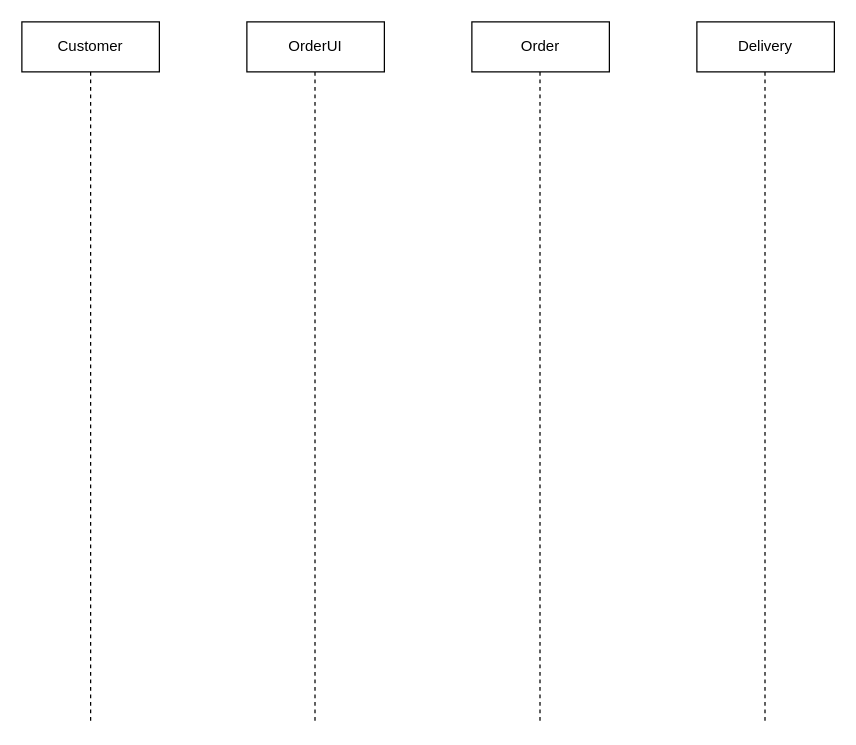
hyun10144/Lecture3-1 keeps this draw.io diagram as 시퀀스다이어그램.drawio. Above is the earlier version. Source tidied: cells renumbered, new cells numbered last; positions are measured from the earlier drawing's top-left corner, leaving out a move shared by most shapes. Both pictures are drawn from the tidied source at 125%, with x=0, y=0 at pixel (21, 21).
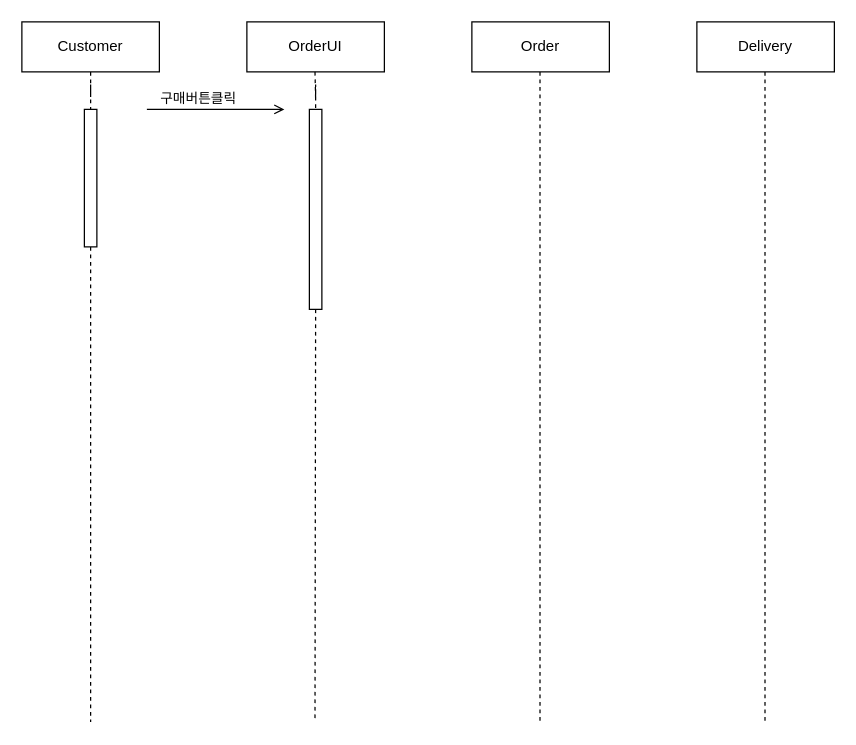
After the change.

Commit message (it also covers changes not shown here):
시퀀스다이어그램.drawio 업데이트

The change refers to these unchanged cells:
```xml
<mxCell id="3" value="Customer" style="rounded=0;whiteSpace=wrap;html=1;" parent="1" vertex="1">
  <mxGeometry width="110" height="40" as="geometry" />
</mxCell>
```

Change to the diagram source:
```diff
@@
-    <mxCell id="2" style="edgeStyle=orthogonalEdgeStyle;rounded=0;jettySize=auto;html=1;exitX=0.5;exitY=1;exitDx=0;exitDy=0;endArrow=none;endFill=0;dashed=1;" parent="1" edge="1" source="3">
+    <mxCell id="2" style="edgeStyle=orthogonalEdgeStyle;rounded=0;jettySize=auto;html=1;exitX=0.5;exitY=1;exitDx=0;exitDy=0;endArrow=none;endFill=0;dashed=1;" parent="1" edge="1" source="13">
       <mxGeometry relative="1" as="geometry">
         <mxPoint x="55" y="560" as="targetPoint" />
       </mxGeometry>
     </mxCell>
@@
-    <mxCell id="7" style="edgeStyle=orthogonalEdgeStyle;rounded=0;orthogonalLoop=1;jettySize=auto;html=1;exitX=0.5;exitY=1;exitDx=0;exitDy=0;endArrow=none;endFill=0;dashed=1;" parent="1" edge="1">
+    <mxCell id="7" style="edgeStyle=orthogonalEdgeStyle;rounded=0;jettySize=auto;html=1;exitX=0.5;exitY=1;exitDx=0;exitDy=0;endArrow=none;endFill=0;dashed=1;" parent="1" edge="1" source="15">
       <mxGeometry relative="1" as="geometry">
-        <mxPoint x="234.5" y="40" as="sourcePoint" />
         <mxPoint x="234.5" y="560" as="targetPoint" />
       </mxGeometry>
     </mxCell>
@@
+    <mxCell id="10" style="html=1;verticalAlign=bottom;startArrow=none;endArrow=open;endFill=0;rounded=0;" parent="1" edge="1">
+      <mxGeometry relative="1" as="geometry">
+        <mxPoint x="100" y="70" as="sourcePoint" />
+        <mxPoint x="210" y="70" as="targetPoint" />
+      </mxGeometry>
+    </mxCell>
+    <mxCell id="11" value="구매버튼클릭" style="edgeLabel;html=1;align=center;verticalAlign=middle;" parent="10" vertex="1">
+      <mxGeometry x="-0.01" y="-2" relative="1" as="geometry">
+        <mxPoint x="-14" y="-12" as="offset" />
+      </mxGeometry>
+    </mxCell>
+    <mxCell id="12" style="edgeStyle=orthogonalEdgeStyle;rounded=0;jettySize=auto;html=1;exitX=0.5;exitY=1;exitDx=0;exitDy=0;endArrow=none;endFill=0;dashed=1;" parent="1" edge="1" source="3" target="13">
+      <mxGeometry relative="1" as="geometry" />
+    </mxCell>
+    <mxCell id="13" style="rounded=0;dashed=0;" parent="1" vertex="1">
+      <mxGeometry x="50" y="70" width="10" height="110" as="geometry" />
+    </mxCell>
+    <mxCell id="14" style="edgeStyle=orthogonalEdgeStyle;rounded=0;jettySize=auto;html=1;exitX=0.5;exitY=1;exitDx=0;exitDy=0;endArrow=none;endFill=0;dashed=1;" parent="1" edge="1" target="15">
+      <mxGeometry relative="1" as="geometry">
+        <mxPoint x="234.5" y="40" as="sourcePoint" />
+      </mxGeometry>
+    </mxCell>
+    <mxCell id="15" style="rounded=0;dashed=0;" parent="1" vertex="1">
+      <mxGeometry x="230" y="70" width="10" height="160" as="geometry" />
+    </mxCell>
```
